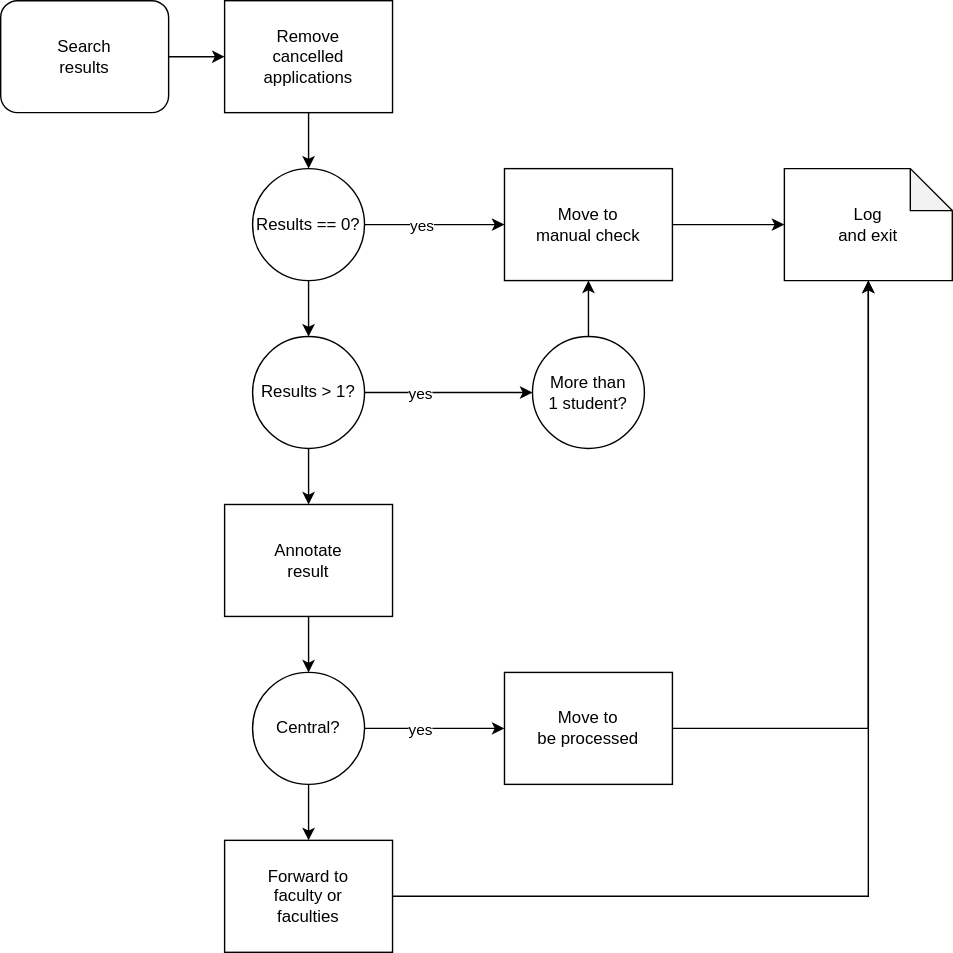
This is static/process_search_results.svg from uu-asc/bbc-forwarder, a draw.io export, as it was before one commit. Source tidied: cells renumbered, new cells last; positions are measured from the earlier drawing's top-left corner, leaving out a move shared by most shapes. Its diagram source:
```xml
<mxGraphModel>
  <root>
    <mxCell id="0" />
    <mxCell id="1" parent="0" />
    <mxCell id="2" style="edgeStyle=orthogonalEdgeStyle;rounded=0;jettySize=auto;html=1;exitX=1;exitY=0.5;exitDx=0;exitDy=0;entryX=0;entryY=0.5;entryDx=0;entryDy=0;" parent="1" edge="1" source="3" target="15">
      <mxGeometry relative="1" as="geometry" />
    </mxCell>
    <mxCell id="3" value="Search&lt;br&gt;results" style="rounded=1;whiteSpace=wrap;html=1;" parent="1" vertex="1">
      <mxGeometry width="120" height="80" as="geometry" />
    </mxCell>
    <mxCell id="4" style="edgeStyle=orthogonalEdgeStyle;rounded=0;jettySize=auto;html=1;" parent="1" edge="1" source="7" target="9">
      <mxGeometry relative="1" as="geometry" />
    </mxCell>
    <mxCell id="5" value="yes" style="edgeLabel;html=1;align=center;verticalAlign=middle;" parent="4" vertex="1">
      <mxGeometry x="-0.28" relative="1" as="geometry">
        <mxPoint x="-3.5" as="offset" />
      </mxGeometry>
    </mxCell>
    <mxCell id="6" style="edgeStyle=orthogonalEdgeStyle;rounded=0;jettySize=auto;html=1;" parent="1" edge="1" source="7" target="28">
      <mxGeometry relative="1" as="geometry" />
    </mxCell>
    <mxCell id="7" value="Results &amp;gt; 1?" style="ellipse;whiteSpace=wrap;html=1;" parent="1" vertex="1">
      <mxGeometry x="180" y="240" width="80" height="80" as="geometry" />
    </mxCell>
    <mxCell id="8" style="edgeStyle=orthogonalEdgeStyle;rounded=0;jettySize=auto;html=1;" parent="1" edge="1" source="9" target="22">
      <mxGeometry relative="1" as="geometry" />
    </mxCell>
    <mxCell id="9" value="More than&lt;br&gt;1 student?" style="ellipse;whiteSpace=wrap;html=1;" parent="1" vertex="1">
      <mxGeometry x="380" y="240" width="80" height="80" as="geometry" />
    </mxCell>
    <mxCell id="10" style="edgeStyle=orthogonalEdgeStyle;rounded=0;jettySize=auto;html=1;entryX=0;entryY=0.5;entryDx=0;entryDy=0;" parent="1" edge="1" source="13" target="24">
      <mxGeometry relative="1" as="geometry" />
    </mxCell>
    <mxCell id="11" value="yes" style="edgeLabel;html=1;align=center;verticalAlign=middle;" parent="10" vertex="1">
      <mxGeometry x="-0.23" y="1" relative="1" as="geometry">
        <mxPoint y="1" as="offset" />
      </mxGeometry>
    </mxCell>
    <mxCell id="12" style="edgeStyle=orthogonalEdgeStyle;rounded=0;jettySize=auto;html=1;" parent="1" edge="1" source="13" target="26">
      <mxGeometry relative="1" as="geometry" />
    </mxCell>
    <mxCell id="13" value="Central?" style="ellipse;whiteSpace=wrap;html=1;" parent="1" vertex="1">
      <mxGeometry x="180" y="480" width="80" height="80" as="geometry" />
    </mxCell>
    <mxCell id="14" style="edgeStyle=orthogonalEdgeStyle;rounded=0;jettySize=auto;html=1;exitX=0.5;exitY=1;exitDx=0;exitDy=0;entryX=0.5;entryY=0;entryDx=0;entryDy=0;" parent="1" edge="1" source="15" target="19">
      <mxGeometry relative="1" as="geometry" />
    </mxCell>
    <mxCell id="15" value="Remove&lt;br&gt;cancelled&lt;br&gt;applications" style="rounded=0;whiteSpace=wrap;html=1;" parent="1" vertex="1">
      <mxGeometry x="160" width="120" height="80" as="geometry" />
    </mxCell>
    <mxCell id="16" style="edgeStyle=orthogonalEdgeStyle;rounded=0;jettySize=auto;html=1;exitX=0.5;exitY=1;exitDx=0;exitDy=0;entryX=0.5;entryY=0;entryDx=0;entryDy=0;" parent="1" edge="1" source="19" target="7">
      <mxGeometry relative="1" as="geometry" />
    </mxCell>
    <mxCell id="17" style="edgeStyle=orthogonalEdgeStyle;rounded=0;jettySize=auto;html=1;" parent="1" edge="1" source="19" target="22">
      <mxGeometry relative="1" as="geometry" />
    </mxCell>
    <mxCell id="18" value="yes" style="edgeLabel;html=1;align=center;verticalAlign=middle;" parent="17" vertex="1">
      <mxGeometry x="-0.27" y="2" relative="1" as="geometry">
        <mxPoint x="3.5" y="2" as="offset" />
      </mxGeometry>
    </mxCell>
    <mxCell id="19" value="Results == 0?" style="ellipse;whiteSpace=wrap;html=1;" parent="1" vertex="1">
      <mxGeometry x="180" y="120" width="80" height="80" as="geometry" />
    </mxCell>
    <mxCell id="20" value="Log&lt;br&gt;and exit" style="shape=note;whiteSpace=wrap;html=1;backgroundOutline=1;darkOpacity=0.05;" parent="1" vertex="1">
      <mxGeometry x="560" y="120" width="120" height="80" as="geometry" />
    </mxCell>
    <mxCell id="21" style="edgeStyle=orthogonalEdgeStyle;rounded=0;jettySize=auto;html=1;" parent="1" edge="1" source="22" target="20">
      <mxGeometry relative="1" as="geometry" />
    </mxCell>
    <mxCell id="22" value="Move to&lt;br&gt;manual check" style="rounded=0;whiteSpace=wrap;html=1;" parent="1" vertex="1">
      <mxGeometry x="360" y="120" width="120" height="80" as="geometry" />
    </mxCell>
    <mxCell id="23" style="edgeStyle=orthogonalEdgeStyle;rounded=0;jettySize=auto;html=1;entryX=0.5;entryY=1;entryDx=0;entryDy=0;entryPerimeter=0;" parent="1" edge="1" source="24" target="20">
      <mxGeometry relative="1" as="geometry" />
    </mxCell>
    <mxCell id="24" value="Move to&lt;br&gt;be processed" style="rounded=0;whiteSpace=wrap;html=1;" parent="1" vertex="1">
      <mxGeometry x="360" y="480" width="120" height="80" as="geometry" />
    </mxCell>
    <mxCell id="25" style="edgeStyle=orthogonalEdgeStyle;rounded=0;jettySize=auto;html=1;entryX=0.5;entryY=1;entryDx=0;entryDy=0;entryPerimeter=0;" parent="1" edge="1" source="26" target="20">
      <mxGeometry relative="1" as="geometry" />
    </mxCell>
    <mxCell id="26" value="Forward to&lt;br&gt;faculty or&lt;br&gt;faculties" style="rounded=0;whiteSpace=wrap;html=1;" parent="1" vertex="1">
      <mxGeometry x="160" y="600" width="120" height="80" as="geometry" />
    </mxCell>
    <mxCell id="27" style="edgeStyle=orthogonalEdgeStyle;rounded=0;jettySize=auto;html=1;" parent="1" edge="1" source="28" target="13">
      <mxGeometry relative="1" as="geometry" />
    </mxCell>
    <mxCell id="28" value="Annotate&lt;br&gt;result" style="rounded=0;whiteSpace=wrap;html=1;" parent="1" vertex="1">
      <mxGeometry x="160" y="360" width="120" height="80" as="geometry" />
    </mxCell>
  </root>
</mxGraphModel>
```
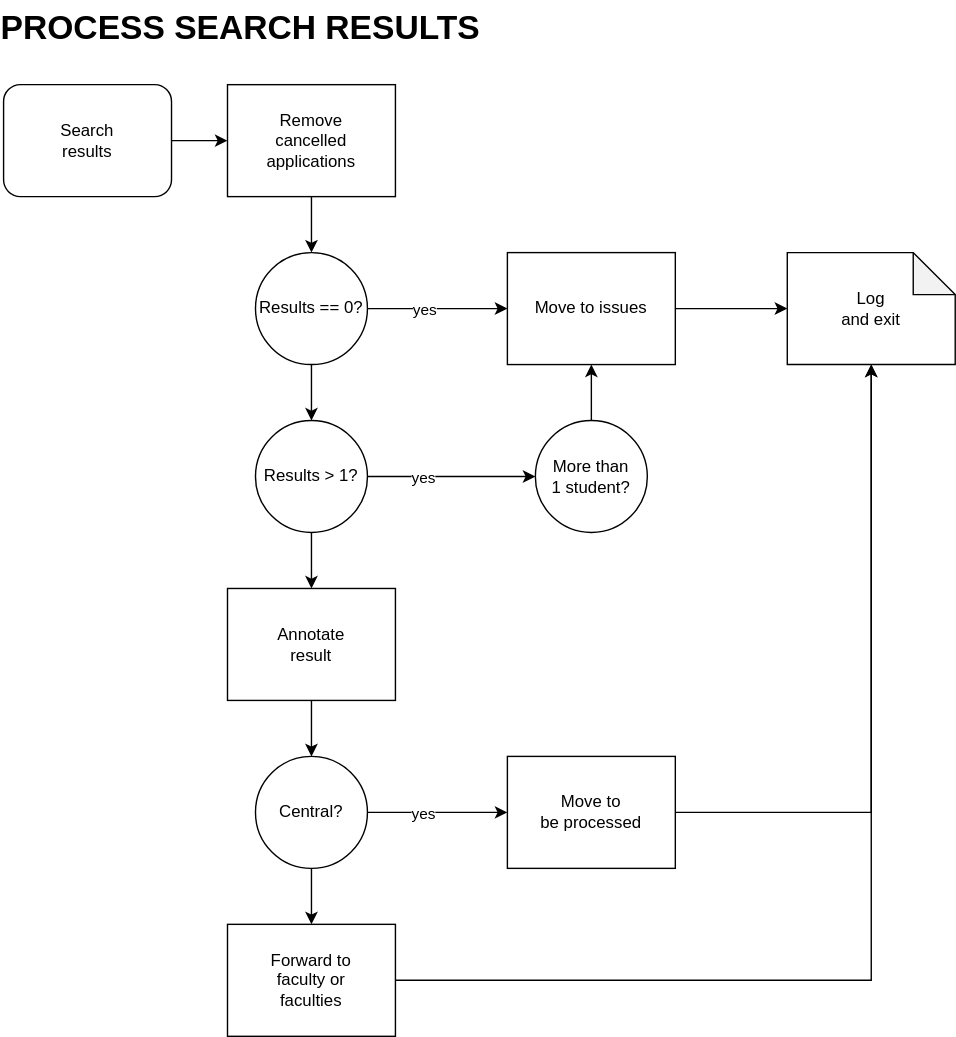
After the change.

Diff of the diagram source:
```diff
@@ -68,7 +68,7 @@
     <mxCell id="21" style="edgeStyle=orthogonalEdgeStyle;rounded=0;jettySize=auto;html=1;" parent="1" edge="1" source="22" target="20">
       <mxGeometry relative="1" as="geometry" />
     </mxCell>
-    <mxCell id="22" value="Move to&lt;br&gt;manual check" style="rounded=0;whiteSpace=wrap;html=1;" parent="1" vertex="1">
+    <mxCell id="22" value="Move to issues" style="rounded=0;whiteSpace=wrap;html=1;" parent="1" vertex="1">
       <mxGeometry x="360" y="120" width="120" height="80" as="geometry" />
     </mxCell>
     <mxCell id="23" style="edgeStyle=orthogonalEdgeStyle;rounded=0;jettySize=auto;html=1;entryX=0.5;entryY=1;entryDx=0;entryDy=0;entryPerimeter=0;" parent="1" edge="1" source="24" target="20">
@@ -89,5 +89,8 @@
     <mxCell id="28" value="Annotate&lt;br&gt;result" style="rounded=0;whiteSpace=wrap;html=1;" parent="1" vertex="1">
       <mxGeometry x="160" y="360" width="120" height="80" as="geometry" />
     </mxCell>
+    <mxCell id="29" value="PROCESS SEARCH RESULTS" style="text;strokeColor=none;fillColor=none;html=1;fontSize=24;fontStyle=1;verticalAlign=middle;align=center;" parent="1" vertex="1">
+      <mxGeometry x="119" y="-60" width="100" height="40" as="geometry" />
+    </mxCell>
   </root>
 </mxGraphModel>
```
